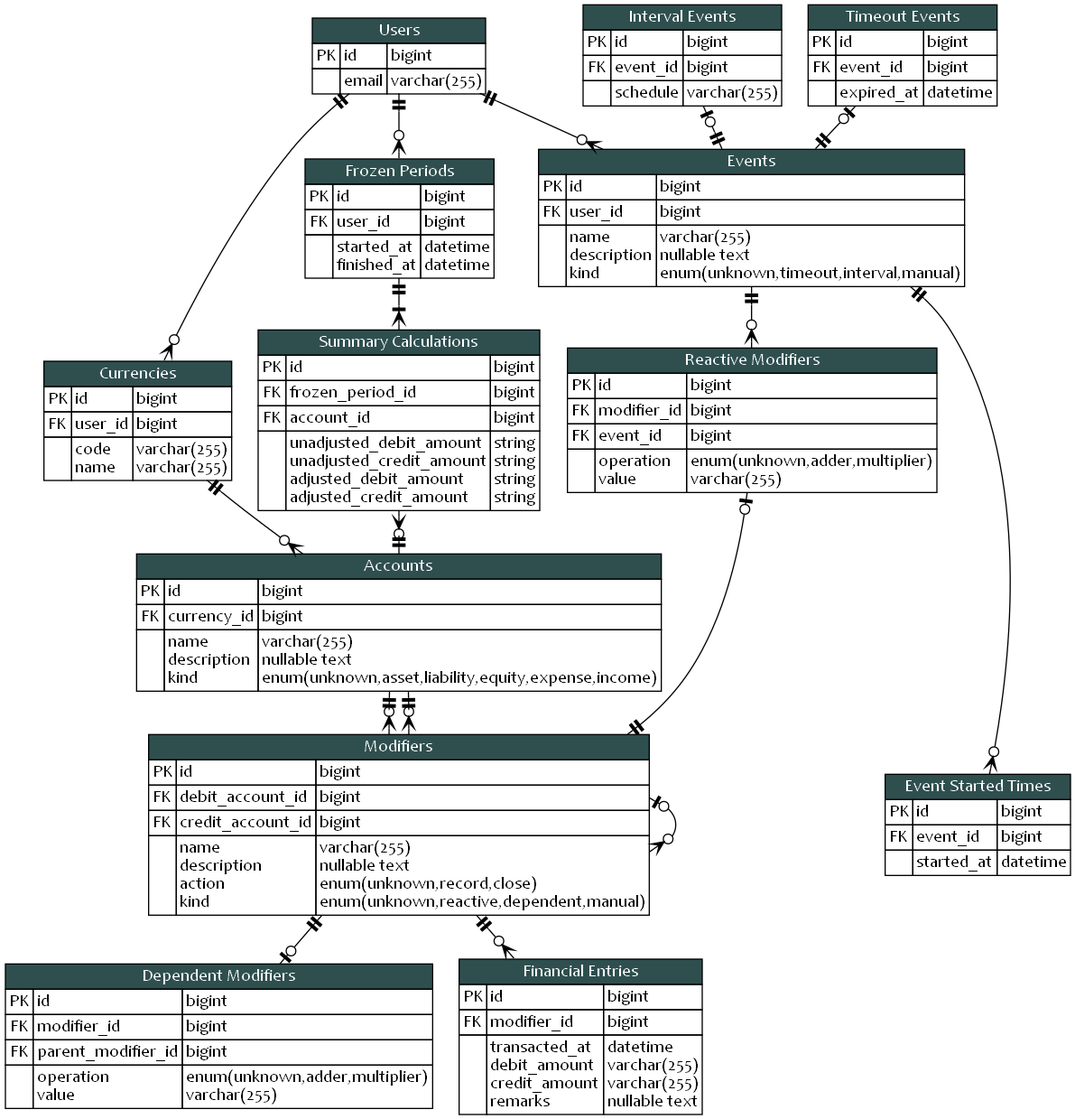
Before: blueprint/erd.png, a diagram exported from Graphviz (KennethTrecy/peratorakka_server). Its source is kept beside it as blueprint/erd.dot.
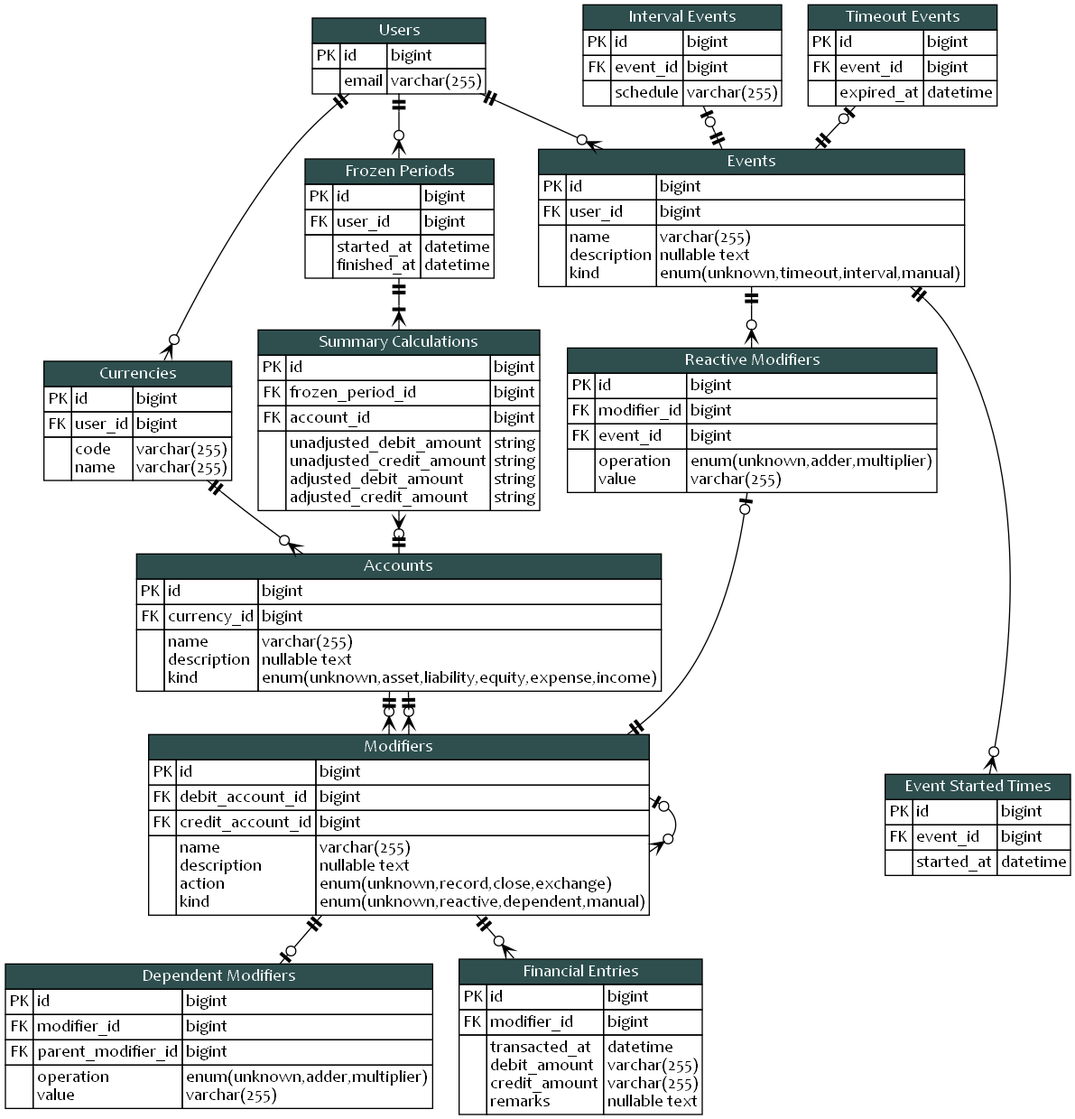
The same file after the commit.

Commit message:
docs(blueprint): add exchange action for modifier in ERD

The edit, as a diff of the source:
```diff
@@ -271,7 +271,7 @@
 					<td align="left">
 						varchar(255)<br align="left"/>
 						nullable text<br align="left"/>
-						enum(unknown,record,close)<br align="left"/>
+						enum(unknown,record,close,exchange)<br align="left"/>
 						enum(unknown,reactive,dependent,manual)<br align="left"/>
 					</td>
 				</tr>
```
